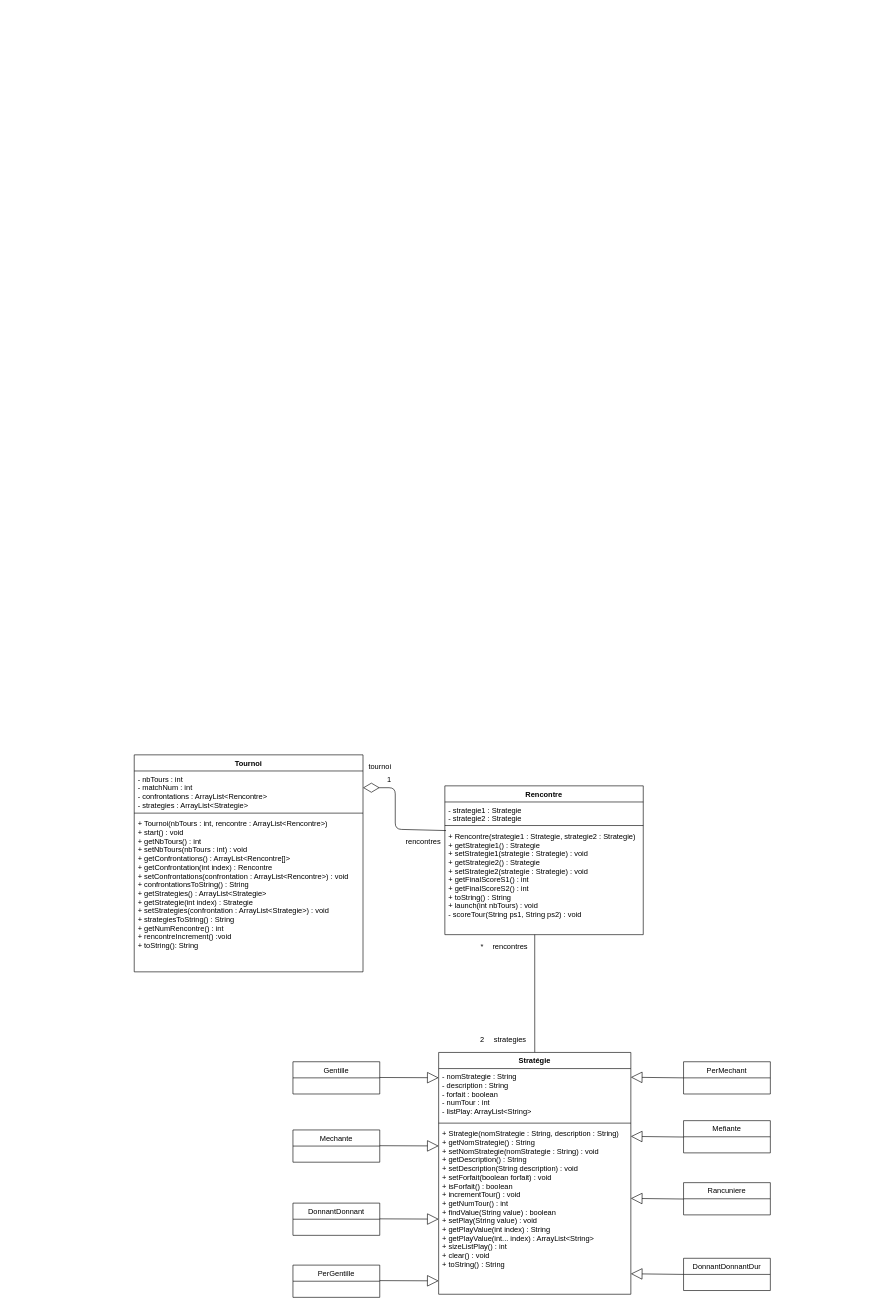
The draw.io diagram doc/diagramme_classe.drawio in DaeronHTV/DilemmeDuPrisionnier, before the edit. Source tidied: cells renumbered, new cells numbered last; positions are measured from the earlier drawing's top-left corner, leaving out a move shared by most shapes. Both pictures are drawn from the tidied source at 62%, with x=0, y=0 at pixel (134, 755).
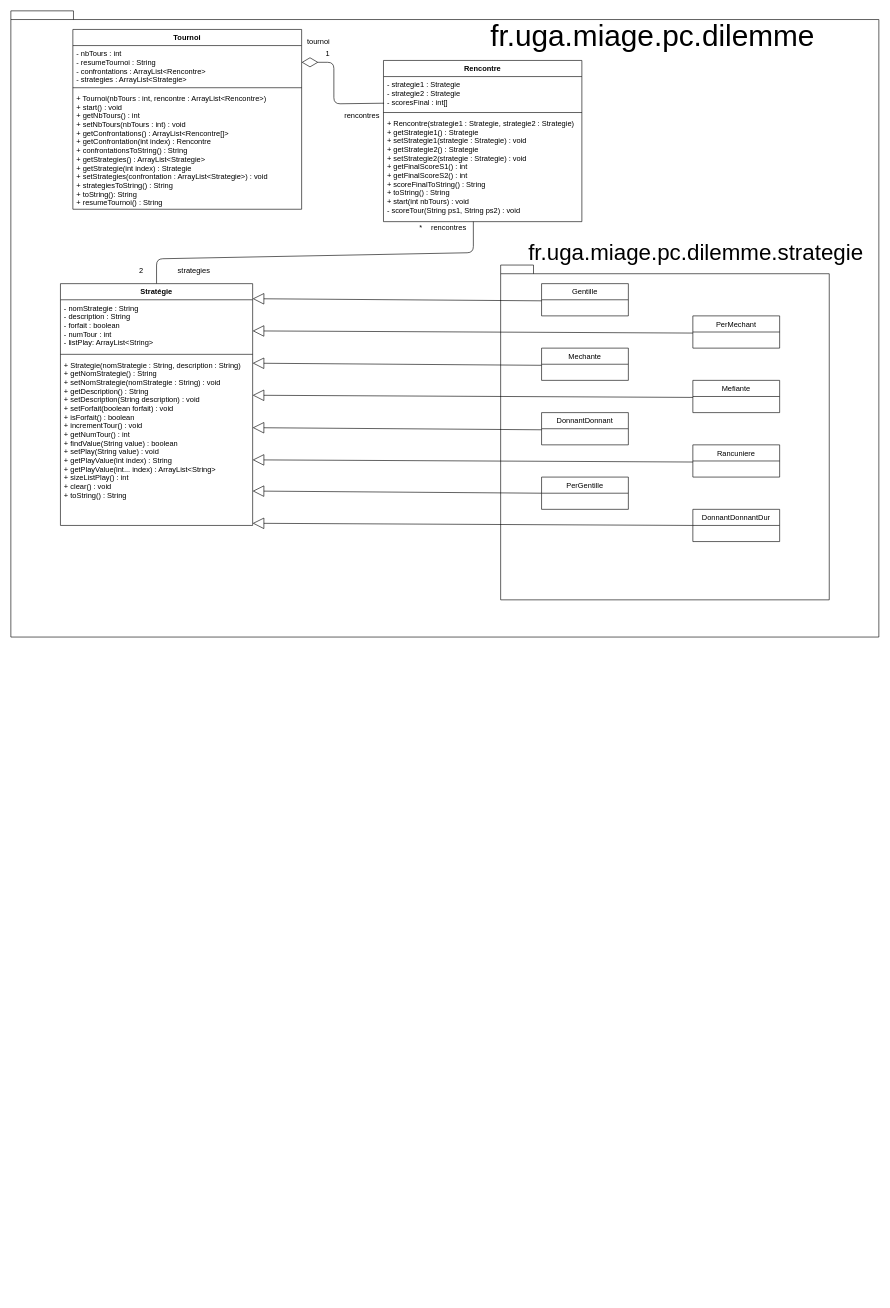
After the change.

Commit message:
mOdife diagramme classe

Unchanged cells that the change refers to:
```xml
<mxCell id="29" value="- nomStrategie : String&#10;- description : String&#10;- forfait : boolean&#10;- numTour : int&#10;- listPlay: ArrayList&lt;String&gt;" style="text;strokeColor=none;fillColor=none;align=left;verticalAlign=top;spacingLeft=4;spacingRight=4;overflow=hidden;points=[[0,0.5],[1,0.5]];portConstraint=eastwest;" parent="28" vertex="1">
  <mxGeometry y="26" width="310" height="84" as="geometry" />
</mxCell>
<mxCell id="31" value="+ Strategie(nomStrategie : String, description : String)&#10;+ getNomStrategie() : String&#10;+ setNomStrategie(nomStrategie : String) : void&#10;+ getDescription() : String&#10;+ setDescription(String description) : void&#10;+ setForfait(boolean forfait) : void&#10;+ isForfait() : boolean&#10;+ incrementTour() : void&#10;+ getNumTour() : int&#10;+ findValue(String value) : boolean&#10;+ setPlay(String value) : void&#10;+ getPlayValue(int index) : String&#10;+ getPlayValue(int... index) : ArrayList&lt;String&gt;&#10;+ sizeListPlay() : int&#10;+ clear() : void&#10;+ toString() : String" style="text;strokeColor=none;fillColor=none;align=left;verticalAlign=top;spacingLeft=4;spacingRight=4;overflow=hidden;points=[[0,0.5],[1,0.5]];portConstraint=eastwest;" parent="28" vertex="1">
  <mxGeometry y="118" width="310" height="272" as="geometry" />
</mxCell>
```

Change to the diagram source:
```diff
@@
-    <mxCell id="2" value="Tournoi" style="swimlane;fontStyle=1;align=center;verticalAlign=top;horizontal=1;startSize=26;" parent="1" vertex="1">
-      <mxGeometry width="369" height="350" as="geometry" />
-    </mxCell>
-    <mxCell id="3" value="- nbTours : int&#10;- matchNum : int&#10;- confrontations : ArrayList&lt;Rencontre&gt;&#10;- strategies : ArrayList&lt;Strategie&gt;&#10;" style="text;strokeColor=none;fillColor=none;align=left;verticalAlign=top;spacingLeft=4;spacingRight=4;overflow=hidden;points=[[0,0.5],[1,0.5]];portConstraint=eastwest;" parent="2" vertex="1">
-      <mxGeometry y="26" width="369" height="64" as="geometry" />
-    </mxCell>
-    <mxCell id="4" style="line;strokeWidth=1;fillColor=none;align=left;verticalAlign=middle;spacingTop=-1;spacingLeft=3;spacingRight=3;labelPosition=right;" parent="2" vertex="1">
-      <mxGeometry y="90" width="369" height="8" as="geometry" />
-    </mxCell>
-    <mxCell id="5" value="+ Tournoi(nbTours : int, rencontre : ArrayList&lt;Rencontre&gt;)&#10;+ start() : void&#10;+ getNbTours() : int&#10;+ setNbTours(nbTours : int) : void&#10;+ getConfrontations() : ArrayList&lt;Rencontre[]&gt;&#10;+ getConfrontation(int index) : Rencontre&#10;+ setConfrontations(confrontation : ArrayList&lt;Rencontre&gt;) : void&#10;+ confrontationsToString() : String&#10;+ getStrategies() : ArrayList&lt;Strategie&gt;&#10;+ getStrategie(int index) : Strategie&#10;+ setStrategies(confrontation : ArrayList&lt;Strategie&gt;) : void&#10;+ strategiesToString() : String&#10;+ getNumRencontre() : int&#10;+ rencontreIncrement() :void&#10;+ toString(): String" style="text;strokeColor=none;fillColor=none;align=left;verticalAlign=top;spacingLeft=4;spacingRight=4;overflow=hidden;" parent="2" vertex="1">
-      <mxGeometry y="98" width="369" height="252" as="geometry" />
-    </mxCell>
-    <mxCell id="6" value="Rencontre" style="swimlane;fontStyle=1;align=center;verticalAlign=top;horizontal=1;startSize=26;" parent="1" vertex="1">
-      <mxGeometry x="501" y="50" width="320" height="240" as="geometry" />
-    </mxCell>
-    <mxCell id="7" value="- strategie1 : Strategie&#10;- strategie2 : Strategie" style="text;strokeColor=none;fillColor=none;align=left;verticalAlign=top;spacingLeft=4;spacingRight=4;overflow=hidden;" parent="6" vertex="1">
-      <mxGeometry y="26" width="320" height="34" as="geometry" />
-    </mxCell>
-    <mxCell id="8" style="line;strokeWidth=1;fillColor=none;align=left;verticalAlign=middle;spacingTop=-1;spacingLeft=3;spacingRight=3;labelPosition=right;" parent="6" vertex="1">
-      <mxGeometry y="60" width="320" height="8" as="geometry" />
-    </mxCell>
-    <mxCell id="9" value="+ Rencontre(strategie1 : Strategie, strategie2 : Strategie)&#10;+ getStrategie1() : Strategie&#10;+ setStrategie1(strategie : Strategie) : void&#10;+ getStrategie2() : Strategie&#10;+ setStrategie2(strategie : Strategie) : void&#10;+ getFinalScoreS1() : int&#10;+ getFinalScoreS2() : int&#10;+ toString() : String&#10;+ launch(int nbTours) : void&#10;- scoreTour(String ps1, String ps2) : void" style="text;strokeColor=none;fillColor=none;align=left;verticalAlign=top;spacingLeft=4;spacingRight=4;overflow=hidden;points=[[0,0.5],[1,0.5]];portConstraint=eastwest;" parent="6" vertex="1">
-      <mxGeometry y="68" width="320" height="172" as="geometry" />
-    </mxCell>
+    <mxCell id="39" style="shape=folder;fontStyle=1;spacingTop=10;tabWidth=40;tabHeight=14;tabPosition=left;html=1;" parent="1" vertex="1">
+      <mxGeometry x="-199" y="-1200" width="1400" height="1010" as="geometry" />
+    </mxCell>
     <mxCell id="10" value="tournoi" style="text;html=1;align=center;verticalAlign=middle;" parent="1" vertex="1">
-      <mxGeometry x="371" y="10" width="50" height="20" as="geometry" />
+      <mxGeometry x="272" y="-1160" width="50" height="20" as="geometry" />
     </mxCell>
     <mxCell id="11" value="1" style="text;html=1;align=center;verticalAlign=middle;" parent="1" vertex="1">
-      <mxGeometry x="401" y="30" width="20" height="20" as="geometry" />
+      <mxGeometry x="302" y="-1140" width="20" height="20" as="geometry" />
     </mxCell>
-    <mxCell id="12" value="rencontres" style="text;html=1;align=center;verticalAlign=middle;" parent="1" vertex="1">
-      <mxGeometry x="431" y="130" width="70" height="20" as="geometry" />
-    </mxCell>
-    <mxCell id="13" value="rencontres" style="text;html=1;align=center;verticalAlign=middle;" parent="1" vertex="1">
-      <mxGeometry x="571" y="300" width="70" height="20" as="geometry" />
-    </mxCell>
+    <mxCell id="40" value="rencontres" style="text;html=1;align=center;verticalAlign=middle;" parent="1" vertex="1">
+      <mxGeometry x="332" y="-1040" width="70" height="20" as="geometry" />
+    </mxCell>
+    <mxCell id="41" value="rencontres" style="text;html=1;align=center;verticalAlign=middle;" parent="1" vertex="1">
+      <mxGeometry x="472" y="-860" width="70" height="20" as="geometry" />
+    </mxCell>
     <mxCell id="14" value="*" style="text;html=1;align=center;verticalAlign=middle;" parent="1" vertex="1">
-      <mxGeometry x="551" y="300" width="20" height="20" as="geometry" />
+      <mxGeometry x="452" y="-860" width="20" height="20" as="geometry" />
     </mxCell>
     <mxCell id="15" value="strategies" style="text;html=1;align=center;verticalAlign=middle;" parent="1" vertex="1">
-      <mxGeometry x="571" y="450" width="70" height="20" as="geometry" />
+      <mxGeometry x="61" y="-790" width="70" height="20" as="geometry" />
     </mxCell>
     <mxCell id="16" value="2" style="text;html=1;align=center;verticalAlign=middle;" parent="1" vertex="1">
-      <mxGeometry x="551" y="450" width="20" height="20" as="geometry" />
+      <mxGeometry x="1" y="-790" width="20" height="20" as="geometry" />
     </mxCell>
-    <mxCell id="17" style="endArrow=block;endSize=16;endFill=0;html=1;exitX=0;exitY=0.5;exitDx=0;exitDy=0;" parent="1" edge="1" source="35">
-      <mxGeometry x="-0.06" y="-14" relative="1" as="geometry">
-        <mxPoint x="801" y="837" as="targetPoint" />
-      </mxGeometry>
-    </mxCell>
-    <mxCell id="18" style="endArrow=block;endSize=16;endFill=0;html=1;exitX=0;exitY=0.5;exitDx=0;exitDy=0;" parent="1" edge="1">
-      <mxGeometry x="-0.06" y="-14" relative="1" as="geometry">
-        <mxPoint x="886" y="716.4" as="sourcePoint" />
-        <mxPoint x="801" y="715.4" as="targetPoint" />
-      </mxGeometry>
-    </mxCell>
-    <mxCell id="19" style="endArrow=block;endSize=16;endFill=0;html=1;exitX=0;exitY=0.5;exitDx=0;exitDy=0;" parent="1" edge="1">
-      <mxGeometry x="-0.06" y="-14" relative="1" as="geometry">
-        <mxPoint x="886" y="616.4" as="sourcePoint" />
-        <mxPoint x="801" y="615.4" as="targetPoint" />
-      </mxGeometry>
-    </mxCell>
-    <mxCell id="20" style="endArrow=block;endSize=16;endFill=0;html=1;exitX=0;exitY=0.5;exitDx=0;exitDy=0;" parent="1" edge="1">
-      <mxGeometry x="-0.06" y="-14" relative="1" as="geometry">
-        <mxPoint x="886" y="521" as="sourcePoint" />
-        <mxPoint x="801" y="520" as="targetPoint" />
-      </mxGeometry>
-    </mxCell>
-    <mxCell id="21" style="endArrow=block;endSize=16;endFill=0;html=1;" parent="1" edge="1">
-      <mxGeometry x="-0.06" y="-14" relative="1" as="geometry">
-        <mxPoint x="396" y="848" as="sourcePoint" />
-        <mxPoint x="491" y="848.4" as="targetPoint" />
-      </mxGeometry>
-    </mxCell>
-    <mxCell id="22" style="endArrow=block;endSize=16;endFill=0;html=1;" parent="1" edge="1">
-      <mxGeometry x="-0.06" y="-14" relative="1" as="geometry">
-        <mxPoint x="396" y="748.4" as="sourcePoint" />
-        <mxPoint x="491" y="748.8" as="targetPoint" />
-      </mxGeometry>
-    </mxCell>
-    <mxCell id="23" style="endArrow=block;endSize=16;endFill=0;html=1;" parent="1" edge="1">
-      <mxGeometry x="-0.06" y="-14" relative="1" as="geometry">
-        <mxPoint x="396" y="630.4" as="sourcePoint" />
-        <mxPoint x="491" y="630.8" as="targetPoint" />
-      </mxGeometry>
-    </mxCell>
-    <mxCell id="24" style="endArrow=block;endSize=16;endFill=0;html=1;" parent="1" edge="1">
-      <mxGeometry x="-0.06" y="-14" relative="1" as="geometry">
-        <mxPoint x="396" y="520.4" as="sourcePoint" />
-        <mxPoint x="491" y="520.8" as="targetPoint" />
-      </mxGeometry>
-    </mxCell>
-    <mxCell id="25" style="endArrow=diamondThin;endFill=0;endSize=24;html=1;entryX=1;entryY=0.422;entryDx=0;entryDy=0;exitX=0.006;exitY=0.024;exitDx=0;exitDy=0;exitPerimeter=0;entryPerimeter=0;" parent="1" edge="1" source="9" target="3">
-      <mxGeometry relative="1" as="geometry">
-        <Array as="points">
-          <mxPoint x="421" y="120" />
-          <mxPoint x="421" y="53" />
-        </Array>
-      </mxGeometry>
-    </mxCell>
-    <mxCell id="26" style="endArrow=none;html=1;exitX=0.5;exitY=0;exitDx=0;exitDy=0;entryX=0.453;entryY=1;entryDx=0;entryDy=0;entryPerimeter=0;" parent="1" edge="1" source="28" target="9">
-      <mxGeometry relative="1" as="geometry" />
-    </mxCell>
-    <mxCell id="27" value="Gentille" style="swimlane;fontStyle=0;horizontal=1;startSize=26;fillColor=none;" parent="1" vertex="1">
-      <mxGeometry x="256" y="495" width="140" height="52" as="geometry" />
-    </mxCell>
+    <mxCell id="42" style="endArrow=diamondThin;endFill=0;endSize=24;html=1;entryX=1;entryY=0.422;entryDx=0;entryDy=0;exitX=0.003;exitY=0.796;exitDx=0;exitDy=0;exitPerimeter=0;entryPerimeter=0;" parent="1" edge="1" source="49" target="47">
+      <mxGeometry relative="1" as="geometry">
+        <Array as="points">
+          <mxPoint x="322" y="-1050" />
+          <mxPoint x="322" y="-1117" />
+        </Array>
+      </mxGeometry>
+    </mxCell>
+    <mxCell id="43" style="endArrow=none;html=1;exitX=0.5;exitY=0;exitDx=0;exitDy=0;entryX=0.453;entryY=1;entryDx=0;entryDy=0;entryPerimeter=0;" parent="1" edge="1" source="28" target="51">
+      <mxGeometry relative="1" as="geometry">
+        <Array as="points">
+          <mxPoint x="36" y="-800" />
+          <mxPoint x="547" y="-810" />
+        </Array>
+      </mxGeometry>
+    </mxCell>
+    <mxCell id="44" value="&lt;font style=&quot;font-size: 48px&quot;&gt;fr.uga.miage.pc.dilemme&lt;/font&gt;" style="text;html=1;strokeColor=none;fillColor=none;align=center;verticalAlign=middle;whiteSpace=wrap;rounded=0;" parent="1" vertex="1">
+      <mxGeometry x="511" y="-1190" width="650" height="60" as="geometry" />
+    </mxCell>
+    <mxCell id="45" style="shape=folder;fontStyle=1;spacingTop=10;tabWidth=40;tabHeight=14;tabPosition=left;html=1;" parent="1" vertex="1">
+      <mxGeometry x="591" y="-790" width="530" height="540" as="geometry" />
+    </mxCell>
+    <mxCell id="46" value="&lt;font style=&quot;font-size: 36px&quot;&gt;fr.uga.miage.pc.dilemme.strategie&lt;/font&gt;" style="text;html=1;strokeColor=none;fillColor=none;align=center;verticalAlign=middle;whiteSpace=wrap;rounded=0;" parent="1" vertex="1">
+      <mxGeometry x="631" y="-840" width="550" height="60" as="geometry" />
+    </mxCell>
+    <mxCell id="2" value="Tournoi" style="swimlane;fontStyle=1;align=center;verticalAlign=top;horizontal=1;startSize=26;" parent="1" vertex="1">
+      <mxGeometry x="-99" y="-1170" width="369" height="290" as="geometry" />
+    </mxCell>
+    <mxCell id="47" value="- nbTours : int&#10;- resumeTournoi : String&#10;- confrontations : ArrayList&lt;Rencontre&gt;&#10;- strategies : ArrayList&lt;Strategie&gt;&#10;" style="text;strokeColor=none;fillColor=none;align=left;verticalAlign=top;spacingLeft=4;spacingRight=4;overflow=hidden;points=[[0,0.5],[1,0.5]];portConstraint=eastwest;" parent="2" vertex="1">
+      <mxGeometry y="26" width="369" height="64" as="geometry" />
+    </mxCell>
+    <mxCell id="4" style="line;strokeWidth=1;fillColor=none;align=left;verticalAlign=middle;spacingTop=-1;spacingLeft=3;spacingRight=3;labelPosition=right;" parent="2" vertex="1">
+      <mxGeometry y="90" width="369" height="8" as="geometry" />
+    </mxCell>
+    <mxCell id="48" value="+ Tournoi(nbTours : int, rencontre : ArrayList&lt;Rencontre&gt;)&#10;+ start() : void&#10;+ getNbTours() : int&#10;+ setNbTours(nbTours : int) : void&#10;+ getConfrontations() : ArrayList&lt;Rencontre[]&gt;&#10;+ getConfrontation(int index) : Rencontre&#10;+ confrontationsToString() : String&#10;+ getStrategies() : ArrayList&lt;Strategie&gt;&#10;+ getStrategie(int index) : Strategie&#10;+ setStrategies(confrontation : ArrayList&lt;Strategie&gt;) : void&#10;+ strategiesToString() : String&#10;+ toString(): String&#10;+ resumeTournoi() : String" style="text;strokeColor=none;fillColor=none;align=left;verticalAlign=top;spacingLeft=4;spacingRight=4;overflow=hidden;" parent="2" vertex="1">
+      <mxGeometry y="98" width="369" height="192" as="geometry" />
+    </mxCell>
+    <mxCell id="6" value="Rencontre" style="swimlane;fontStyle=1;align=center;verticalAlign=top;horizontal=1;startSize=26;" parent="1" vertex="1">
+      <mxGeometry x="402" y="-1120" width="320" height="260" as="geometry" />
+    </mxCell>
+    <mxCell id="49" value="- strategie1 : Strategie&#10;- strategie2 : Strategie&#10;- scoresFinal : int[]" style="text;strokeColor=none;fillColor=none;align=left;verticalAlign=top;spacingLeft=4;spacingRight=4;overflow=hidden;points=[[0,0.5],[1,0.5]];portConstraint=eastwest;" parent="6" vertex="1">
+      <mxGeometry y="26" width="320" height="54" as="geometry" />
+    </mxCell>
+    <mxCell id="50" style="line;strokeWidth=1;fillColor=none;align=left;verticalAlign=middle;spacingTop=-1;spacingLeft=3;spacingRight=3;labelPosition=right;" parent="6" vertex="1">
+      <mxGeometry y="80" width="320" height="8" as="geometry" />
+    </mxCell>
+    <mxCell id="51" value="+ Rencontre(strategie1 : Strategie, strategie2 : Strategie)&#10;+ getStrategie1() : Strategie&#10;+ setStrategie1(strategie : Strategie) : void&#10;+ getStrategie2() : Strategie&#10;+ setStrategie2(strategie : Strategie) : void&#10;+ getFinalScoreS1() : int&#10;+ getFinalScoreS2() : int&#10;+ scoreFinalToString() : String&#10;+ toString() : String&#10;+ start(int nbTours) : void&#10;- scoreTour(String ps1, String ps2) : void" style="text;strokeColor=none;fillColor=none;align=left;verticalAlign=top;spacingLeft=4;spacingRight=4;overflow=hidden;points=[[0,0.5],[1,0.5]];portConstraint=eastwest;" parent="6" vertex="1">
+      <mxGeometry y="88" width="320" height="172" as="geometry" />
+    </mxCell>
     <mxCell id="28" value="Stratégie" style="swimlane;fontStyle=1;align=center;verticalAlign=top;horizontal=1;startSize=26;" parent="1" vertex="1">
-      <mxGeometry x="491" y="480" width="310" height="390" as="geometry" />
+      <mxGeometry x="-119" y="-760" width="310" height="390" as="geometry" />
     </mxCell>
@@
+    <mxCell id="27" value="Gentille" style="swimlane;fontStyle=0;horizontal=1;startSize=26;fillColor=none;" parent="1" vertex="1">
+      <mxGeometry x="657" y="-760" width="140" height="52" as="geometry" />
+    </mxCell>
     <mxCell id="32" value="PerMechant" style="swimlane;fontStyle=0;horizontal=1;startSize=26;fillColor=none;" parent="1" vertex="1">
-      <mxGeometry x="886" y="495" width="140" height="52" as="geometry" />
+      <mxGeometry x="901" y="-708" width="140" height="52" as="geometry" />
     </mxCell>
+    <mxCell id="38" value="Mechante" style="swimlane;fontStyle=0;horizontal=1;startSize=26;fillColor=none;" parent="1" vertex="1">
+      <mxGeometry x="657" y="-656" width="140" height="52" as="geometry" />
+    </mxCell>
+    <mxCell id="37" value="DonnantDonnant" style="swimlane;fontStyle=0;horizontal=1;startSize=26;fillColor=none;" parent="1" vertex="1">
+      <mxGeometry x="657" y="-552" width="140" height="52" as="geometry" />
+    </mxCell>
+    <mxCell id="36" value="PerGentille" style="swimlane;fontStyle=0;horizontal=1;startSize=26;fillColor=none;" parent="1" vertex="1">
+      <mxGeometry x="657" y="-448" width="140" height="52" as="geometry" />
+    </mxCell>
+    <mxCell id="52" style="endArrow=block;endSize=16;endFill=0;html=1;exitX=0;exitY=0.5;exitDx=0;exitDy=0;entryX=1;entryY=0.796;entryDx=0;entryDy=0;entryPerimeter=0;" parent="1" edge="1" source="36" target="31">
+      <mxGeometry relative="1" as="geometry" />
+    </mxCell>
+    <mxCell id="53" style="endArrow=block;endSize=16;endFill=0;html=1;exitX=0;exitY=0.5;exitDx=0;exitDy=0;entryX=1;entryY=0.796;entryDx=0;entryDy=0;entryPerimeter=0;" parent="1" edge="1">
+      <mxGeometry relative="1" as="geometry">
+        <mxPoint x="657" y="-524.3" as="sourcePoint" />
+        <mxPoint x="191" y="-527.7" as="targetPoint" />
+      </mxGeometry>
+    </mxCell>
+    <mxCell id="54" style="endArrow=block;endSize=16;endFill=0;html=1;exitX=0;exitY=0.5;exitDx=0;exitDy=0;entryX=1;entryY=0.796;entryDx=0;entryDy=0;entryPerimeter=0;" parent="1" edge="1">
+      <mxGeometry relative="1" as="geometry">
+        <mxPoint x="657" y="-628.3" as="sourcePoint" />
+        <mxPoint x="191" y="-631.7" as="targetPoint" />
+      </mxGeometry>
+    </mxCell>
+    <mxCell id="55" style="endArrow=block;endSize=16;endFill=0;html=1;exitX=0;exitY=0.5;exitDx=0;exitDy=0;entryX=1;entryY=0.796;entryDx=0;entryDy=0;entryPerimeter=0;" parent="1" edge="1">
+      <mxGeometry relative="1" as="geometry">
+        <mxPoint x="657" y="-732.3" as="sourcePoint" />
+        <mxPoint x="191" y="-735.7" as="targetPoint" />
+      </mxGeometry>
+    </mxCell>
+    <mxCell id="56" style="endArrow=block;endSize=16;endFill=0;html=1;exitX=0;exitY=0.5;exitDx=0;exitDy=0;entryX=1;entryY=0.598;entryDx=0;entryDy=0;entryPerimeter=0;" parent="1" edge="1" target="29">
+      <mxGeometry relative="1" as="geometry">
+        <mxPoint x="901" y="-680.3" as="sourcePoint" />
+      </mxGeometry>
+    </mxCell>
+    <mxCell id="57" style="endArrow=block;endSize=16;endFill=0;html=1;exitX=0;exitY=0.5;exitDx=0;exitDy=0;entryX=1;entryY=0.598;entryDx=0;entryDy=0;entryPerimeter=0;" parent="1" edge="1">
+      <mxGeometry relative="1" as="geometry">
+        <mxPoint x="901" y="-576.5" as="sourcePoint" />
+        <mxPoint x="191" y="-580" as="targetPoint" />
+      </mxGeometry>
+    </mxCell>
     <mxCell id="33" value="Mefiante" style="swimlane;fontStyle=0;horizontal=1;startSize=26;fillColor=none;" parent="1" vertex="1">
-      <mxGeometry x="886" y="590" width="140" height="52" as="geometry" />
+      <mxGeometry x="901" y="-604" width="140" height="52" as="geometry" />
     </mxCell>
     <mxCell id="34" value="Rancuniere" style="swimlane;fontStyle=0;horizontal=1;startSize=26;fillColor=none;" parent="1" vertex="1">
-      <mxGeometry x="886" y="690" width="140" height="52" as="geometry" />
+      <mxGeometry x="901" y="-500" width="140" height="52" as="geometry" />
     </mxCell>
     <mxCell id="35" value="DonnantDonnantDur" style="swimlane;fontStyle=0;horizontal=1;startSize=26;fillColor=none;" parent="1" vertex="1">
-      <mxGeometry x="886" y="812" width="140" height="52" as="geometry" />
+      <mxGeometry x="901" y="-396" width="140" height="52" as="geometry" />
     </mxCell>
-    <mxCell id="36" value="PerGentille" style="swimlane;fontStyle=0;horizontal=1;startSize=26;fillColor=none;" parent="1" vertex="1">
-      <mxGeometry x="256" y="823" width="140" height="52" as="geometry" />
-    </mxCell>
-    <mxCell id="37" value="DonnantDonnant" style="swimlane;fontStyle=0;horizontal=1;startSize=26;fillColor=none;" parent="1" vertex="1">
-      <mxGeometry x="256" y="723" width="140" height="52" as="geometry" />
-    </mxCell>
-    <mxCell id="38" value="Mechante" style="swimlane;fontStyle=0;horizontal=1;startSize=26;fillColor=none;" parent="1" vertex="1">
-      <mxGeometry x="256" y="605" width="140" height="52" as="geometry" />
-    </mxCell>
+    <mxCell id="58" style="endArrow=block;endSize=16;endFill=0;html=1;exitX=0;exitY=0.5;exitDx=0;exitDy=0;entryX=1;entryY=0.598;entryDx=0;entryDy=0;entryPerimeter=0;" parent="1" edge="1">
+      <mxGeometry relative="1" as="geometry">
+        <mxPoint x="901" y="-472.3" as="sourcePoint" />
+        <mxPoint x="191" y="-475.8" as="targetPoint" />
+      </mxGeometry>
+    </mxCell>
+    <mxCell id="59" style="endArrow=block;endSize=16;endFill=0;html=1;exitX=0;exitY=0.5;exitDx=0;exitDy=0;entryX=1;entryY=0.598;entryDx=0;entryDy=0;entryPerimeter=0;" parent="1" edge="1">
+      <mxGeometry relative="1" as="geometry">
+        <mxPoint x="901" y="-370" as="sourcePoint" />
+        <mxPoint x="191" y="-373.5" as="targetPoint" />
+      </mxGeometry>
+    </mxCell>
```
